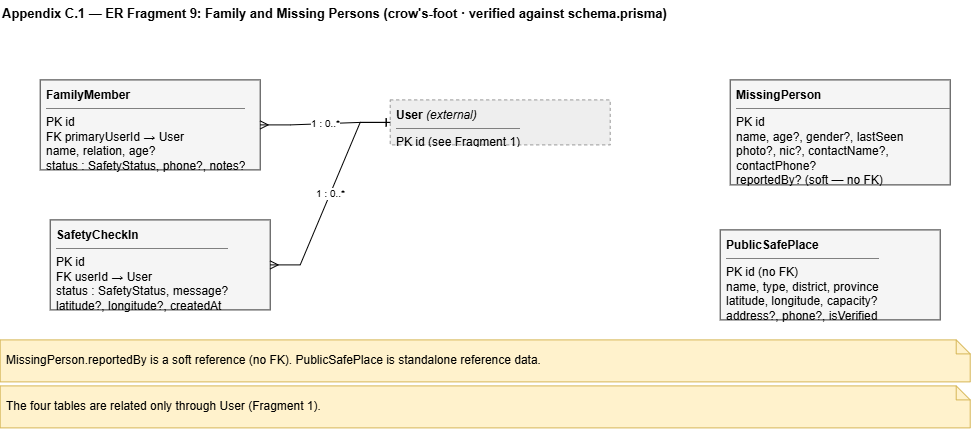
Earlier version of the draw.io export research-report-source/diagrams/pngs/Appendix_C.1_ER_Fragment_09_Family_and_Missing_Persons.drawio.png (DeshanDV1003/Suraksha---Web-App). Source tidied: cells renumbered, new cells last; positions are measured from the earlier drawing's top-left corner, leaving out a move shared by most shapes. Its diagram source:
```xml
<mxGraphModel>
  <root>
    <mxCell id="0" />
    <mxCell id="1" parent="0" />
    <mxCell id="2" value="Appendix C.1 — ER Fragment 9: Family and Missing Persons   (crow's-foot · verified against schema.prisma)" style="text;html=1;fontStyle=1;fontSize=13;align=left;" parent="1" vertex="1">
      <mxGeometry width="970" height="24" as="geometry" />
    </mxCell>
    <mxCell id="3" value="&lt;b&gt;User&lt;/b&gt;  &lt;i&gt;(external)&lt;/i&gt;&lt;hr size=&quot;1&quot; noshade&gt;PK id  (see Fragment 1)" style="rounded=0;whiteSpace=wrap;html=1;fillColor=#eeeeee;strokeColor=#999999;dashed=1;align=left;verticalAlign=top;spacingLeft=4;spacingTop=2;overflow=hidden;" parent="1" vertex="1">
      <mxGeometry x="390" y="100" width="220" height="45" as="geometry" />
    </mxCell>
    <mxCell id="4" value="&lt;b&gt;FamilyMember&lt;/b&gt;&lt;hr size=&quot;1&quot; noshade&gt;PK id&lt;br&gt;FK primaryUserId  → User&lt;br&gt;name, relation, age?&lt;br&gt;status : SafetyStatus, phone?, notes?" style="rounded=0;whiteSpace=wrap;html=1;fillColor=#f5f5f5;strokeColor=#333333;align=left;verticalAlign=top;spacingLeft=4;spacingTop=2;overflow=hidden;" parent="1" vertex="1">
      <mxGeometry x="40" y="80" width="220" height="90" as="geometry" />
    </mxCell>
    <mxCell id="5" value="&lt;b&gt;SafetyCheckIn&lt;/b&gt;&lt;hr size=&quot;1&quot; noshade&gt;PK id&lt;br&gt;FK userId  → User&lt;br&gt;status : SafetyStatus, message?&lt;br&gt;latitude?, longitude?, createdAt" style="rounded=0;whiteSpace=wrap;html=1;fillColor=#f5f5f5;strokeColor=#333333;align=left;verticalAlign=top;spacingLeft=4;spacingTop=2;overflow=hidden;" parent="1" vertex="1">
      <mxGeometry x="50" y="220" width="220" height="90" as="geometry" />
    </mxCell>
    <mxCell id="6" value="&lt;b&gt;MissingPerson&lt;/b&gt;&lt;hr size=&quot;1&quot; noshade&gt;PK id&lt;br&gt;name, age?, gender?, lastSeen&lt;br&gt;photo?, nic?, contactName?, contactPhone?&lt;br&gt;reportedBy?  (soft — no FK)&lt;br&gt;status, reunificationStatus" style="rounded=0;whiteSpace=wrap;html=1;fillColor=#f5f5f5;strokeColor=#333333;align=left;verticalAlign=top;spacingLeft=4;spacingTop=2;overflow=hidden;" parent="1" vertex="1">
      <mxGeometry x="730" y="80" width="220" height="105" as="geometry" />
    </mxCell>
    <mxCell id="7" value="&lt;b&gt;PublicSafePlace&lt;/b&gt;&lt;hr size=&quot;1&quot; noshade&gt;PK id  (no FK)&lt;br&gt;name, type, district, province&lt;br&gt;latitude, longitude, capacity?&lt;br&gt;address?, phone?, isVerified" style="rounded=0;whiteSpace=wrap;html=1;fillColor=#f5f5f5;strokeColor=#333333;align=left;verticalAlign=top;spacingLeft=4;spacingTop=2;overflow=hidden;" parent="1" vertex="1">
      <mxGeometry x="720" y="230" width="220" height="90" as="geometry" />
    </mxCell>
    <mxCell id="8" value="1 : 0..*" style="edgeStyle=entityRelationEdgeStyle;rounded=0;html=1;fontSize=10;startArrow=ERone;endArrow=ERmany;startFill=0;endFill=0;" parent="1" edge="1" source="3" target="4">
      <mxGeometry relative="1" as="geometry" />
    </mxCell>
    <mxCell id="9" value="1 : 0..*" style="edgeStyle=entityRelationEdgeStyle;rounded=0;html=1;fontSize=10;startArrow=ERone;endArrow=ERmany;startFill=0;endFill=0;" parent="1" edge="1" source="3" target="5">
      <mxGeometry relative="1" as="geometry" />
    </mxCell>
    <mxCell id="10" value="MissingPerson.reportedBy is a soft reference (no FK). PublicSafePlace is standalone reference data." style="shape=note;whiteSpace=wrap;html=1;fillColor=#fff2cc;strokeColor=#d6b656;size=14;align=left;spacingLeft=4;" parent="1" vertex="1">
      <mxGeometry y="340" width="970" height="42" as="geometry" />
    </mxCell>
    <mxCell id="11" value="The four tables are related only through User (Fragment 1)." style="shape=note;whiteSpace=wrap;html=1;fillColor=#fff2cc;strokeColor=#d6b656;size=14;align=left;spacingLeft=4;" parent="1" vertex="1">
      <mxGeometry y="386" width="970" height="42" as="geometry" />
    </mxCell>
  </root>
</mxGraphModel>
```
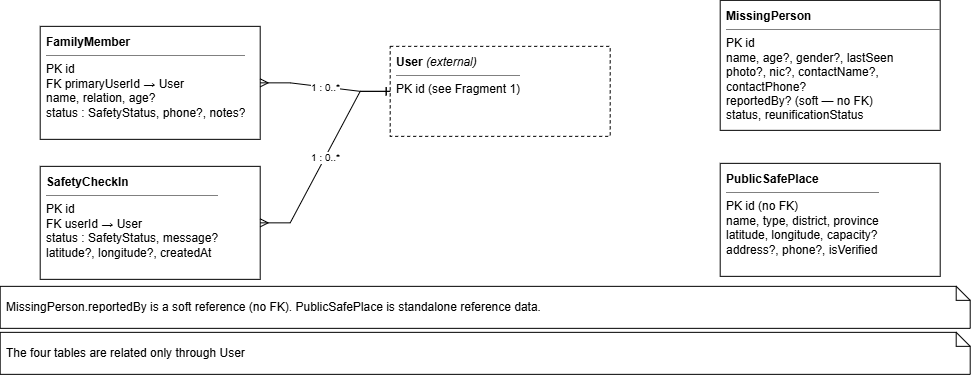
After the commit.

What changed in the source:
```diff
@@ -2,23 +2,20 @@
   <root>
     <mxCell id="0" />
     <mxCell id="1" parent="0" />
-    <mxCell id="2" value="Appendix C.1 — ER Fragment 9: Family and Missing Persons   (crow's-foot · verified against schema.prisma)" style="text;html=1;fontStyle=1;fontSize=13;align=left;" parent="1" vertex="1">
-      <mxGeometry width="970" height="24" as="geometry" />
-    </mxCell>
-    <mxCell id="3" value="&lt;b&gt;User&lt;/b&gt;  &lt;i&gt;(external)&lt;/i&gt;&lt;hr size=&quot;1&quot; noshade&gt;PK id  (see Fragment 1)" style="rounded=0;whiteSpace=wrap;html=1;fillColor=#eeeeee;strokeColor=#999999;dashed=1;align=left;verticalAlign=top;spacingLeft=4;spacingTop=2;overflow=hidden;" parent="1" vertex="1">
-      <mxGeometry x="390" y="100" width="220" height="45" as="geometry" />
+    <mxCell id="3" value="&lt;b&gt;User&lt;/b&gt;  &lt;i&gt;(external)&lt;/i&gt;&lt;hr size=&quot;1&quot; noshade&gt;PK id  (see Fragment 1)" style="rounded=0;whiteSpace=wrap;html=1;dashed=1;align=left;verticalAlign=top;spacingLeft=4;spacingTop=2;overflow=hidden;" parent="1" vertex="1">
+      <mxGeometry x="390" y="100" width="220" height="90" as="geometry" />
     </mxCell>
-    <mxCell id="4" value="&lt;b&gt;FamilyMember&lt;/b&gt;&lt;hr size=&quot;1&quot; noshade&gt;PK id&lt;br&gt;FK primaryUserId  → User&lt;br&gt;name, relation, age?&lt;br&gt;status : SafetyStatus, phone?, notes?" style="rounded=0;whiteSpace=wrap;html=1;fillColor=#f5f5f5;strokeColor=#333333;align=left;verticalAlign=top;spacingLeft=4;spacingTop=2;overflow=hidden;" parent="1" vertex="1">
-      <mxGeometry x="40" y="80" width="220" height="90" as="geometry" />
+    <mxCell id="4" value="&lt;b&gt;FamilyMember&lt;/b&gt;&lt;hr size=&quot;1&quot; noshade&gt;PK id&lt;br&gt;FK primaryUserId  → User&lt;br&gt;name, relation, age?&lt;br&gt;status : SafetyStatus, phone?, notes?" style="rounded=0;whiteSpace=wrap;html=1;align=left;verticalAlign=top;spacingLeft=4;spacingTop=2;overflow=hidden;" parent="1" vertex="1">
+      <mxGeometry x="40" y="80" width="220" height="113" as="geometry" />
     </mxCell>
-    <mxCell id="5" value="&lt;b&gt;SafetyCheckIn&lt;/b&gt;&lt;hr size=&quot;1&quot; noshade&gt;PK id&lt;br&gt;FK userId  → User&lt;br&gt;status : SafetyStatus, message?&lt;br&gt;latitude?, longitude?, createdAt" style="rounded=0;whiteSpace=wrap;html=1;fillColor=#f5f5f5;strokeColor=#333333;align=left;verticalAlign=top;spacingLeft=4;spacingTop=2;overflow=hidden;" parent="1" vertex="1">
-      <mxGeometry x="50" y="220" width="220" height="90" as="geometry" />
+    <mxCell id="5" value="&lt;b&gt;SafetyCheckIn&lt;/b&gt;&lt;hr size=&quot;1&quot; noshade&gt;PK id&lt;br&gt;FK userId  → User&lt;br&gt;status : SafetyStatus, message?&lt;br&gt;latitude?, longitude?, createdAt" style="rounded=0;whiteSpace=wrap;html=1;align=left;verticalAlign=top;spacingLeft=4;spacingTop=2;overflow=hidden;" parent="1" vertex="1">
+      <mxGeometry x="40" y="220" width="220" height="113" as="geometry" />
     </mxCell>
-    <mxCell id="6" value="&lt;b&gt;MissingPerson&lt;/b&gt;&lt;hr size=&quot;1&quot; noshade&gt;PK id&lt;br&gt;name, age?, gender?, lastSeen&lt;br&gt;photo?, nic?, contactName?, contactPhone?&lt;br&gt;reportedBy?  (soft — no FK)&lt;br&gt;status, reunificationStatus" style="rounded=0;whiteSpace=wrap;html=1;fillColor=#f5f5f5;strokeColor=#333333;align=left;verticalAlign=top;spacingLeft=4;spacingTop=2;overflow=hidden;" parent="1" vertex="1">
-      <mxGeometry x="730" y="80" width="220" height="105" as="geometry" />
+    <mxCell id="6" value="&lt;b&gt;MissingPerson&lt;/b&gt;&lt;hr size=&quot;1&quot; noshade&gt;PK id&lt;br&gt;name, age?, gender?, lastSeen&lt;br&gt;photo?, nic?, contactName?, contactPhone?&lt;br&gt;reportedBy?  (soft — no FK)&lt;br&gt;status, reunificationStatus" style="rounded=0;whiteSpace=wrap;html=1;align=left;verticalAlign=top;spacingLeft=4;spacingTop=2;overflow=hidden;" parent="1" vertex="1">
+      <mxGeometry x="720" y="54" width="220" height="130" as="geometry" />
     </mxCell>
-    <mxCell id="7" value="&lt;b&gt;PublicSafePlace&lt;/b&gt;&lt;hr size=&quot;1&quot; noshade&gt;PK id  (no FK)&lt;br&gt;name, type, district, province&lt;br&gt;latitude, longitude, capacity?&lt;br&gt;address?, phone?, isVerified" style="rounded=0;whiteSpace=wrap;html=1;fillColor=#f5f5f5;strokeColor=#333333;align=left;verticalAlign=top;spacingLeft=4;spacingTop=2;overflow=hidden;" parent="1" vertex="1">
-      <mxGeometry x="720" y="230" width="220" height="90" as="geometry" />
+    <mxCell id="7" value="&lt;b&gt;PublicSafePlace&lt;/b&gt;&lt;hr size=&quot;1&quot; noshade&gt;PK id  (no FK)&lt;br&gt;name, type, district, province&lt;br&gt;latitude, longitude, capacity?&lt;br&gt;address?, phone?, isVerified" style="rounded=0;whiteSpace=wrap;html=1;align=left;verticalAlign=top;spacingLeft=4;spacingTop=2;overflow=hidden;" parent="1" vertex="1">
+      <mxGeometry x="720" y="217" width="220" height="113" as="geometry" />
     </mxCell>
     <mxCell id="8" value="1 : 0..*" style="edgeStyle=entityRelationEdgeStyle;rounded=0;html=1;fontSize=10;startArrow=ERone;endArrow=ERmany;startFill=0;endFill=0;" parent="1" edge="1" source="3" target="4">
       <mxGeometry relative="1" as="geometry" />
@@ -26,10 +23,10 @@
     <mxCell id="9" value="1 : 0..*" style="edgeStyle=entityRelationEdgeStyle;rounded=0;html=1;fontSize=10;startArrow=ERone;endArrow=ERmany;startFill=0;endFill=0;" parent="1" edge="1" source="3" target="5">
       <mxGeometry relative="1" as="geometry" />
     </mxCell>
-    <mxCell id="10" value="MissingPerson.reportedBy is a soft reference (no FK). PublicSafePlace is standalone reference data." style="shape=note;whiteSpace=wrap;html=1;fillColor=#fff2cc;strokeColor=#d6b656;size=14;align=left;spacingLeft=4;" parent="1" vertex="1">
+    <mxCell id="10" value="MissingPerson.reportedBy is a soft reference (no FK). PublicSafePlace is standalone reference data." style="shape=note;whiteSpace=wrap;html=1;size=14;align=left;spacingLeft=4;" parent="1" vertex="1">
       <mxGeometry y="340" width="970" height="42" as="geometry" />
     </mxCell>
-    <mxCell id="11" value="The four tables are related only through User (Fragment 1)." style="shape=note;whiteSpace=wrap;html=1;fillColor=#fff2cc;strokeColor=#d6b656;size=14;align=left;spacingLeft=4;" parent="1" vertex="1">
+    <mxCell id="11" value="The four tables are related only through User&amp;nbsp;" style="shape=note;whiteSpace=wrap;html=1;size=14;align=left;spacingLeft=4;" parent="1" vertex="1">
       <mxGeometry y="386" width="970" height="42" as="geometry" />
     </mxCell>
   </root>
```
